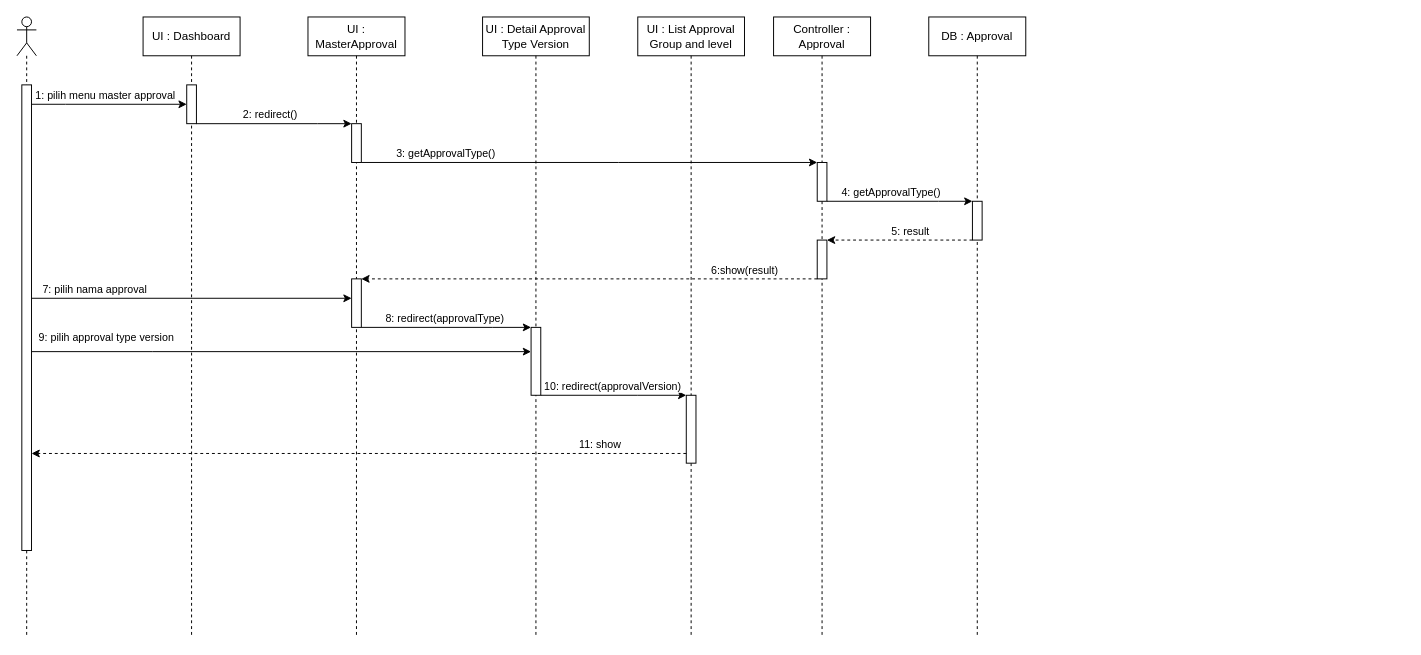
The draw.io diagram page "Approval Group & Level" (19 of 27) of UML/Sequence Web.drawio in DevinWilliady/KendaraanBekasUML, before the edit. Source tidied: cells renumbered, new cells numbered last; positions are measured from the earlier drawing's top-left corner, leaving out a move shared by most shapes. Both pictures are drawn from the tidied source at 97%, with x=0, y=0 at pixel (16, 16).
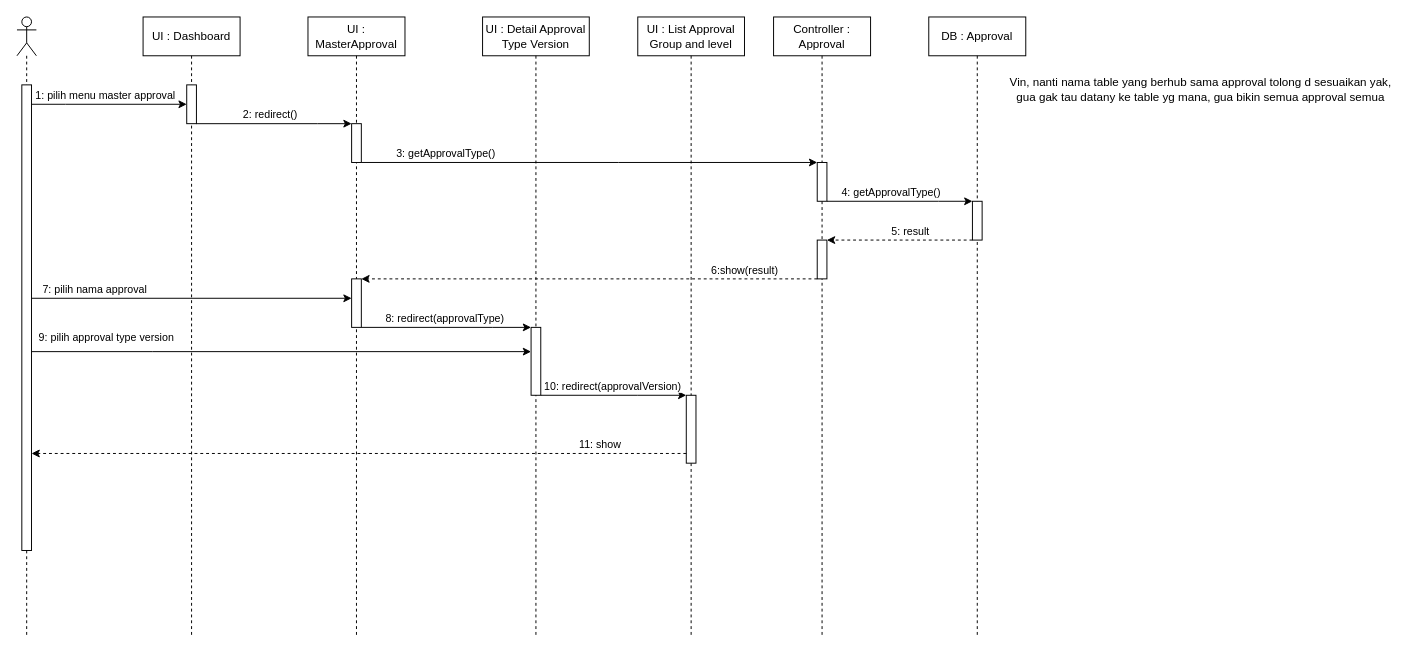
The same diagram, later.

The edit, as a diff of the source:
```diff
@@
+    <mxCell id="40" value="Vin, nanti nama table yang berhub sama approval tolong d sesuaikan yak, &lt;br&gt;gua gak tau datany ke table yg mana, gua bikin semua approval semua" style="text;html=1;align=center;verticalAlign=middle;strokeColor=none;fillColor=none;" parent="1" vertex="1">
+      <mxGeometry x="1010" y="60" width="420" height="30" as="geometry" />
+    </mxCell>
```
